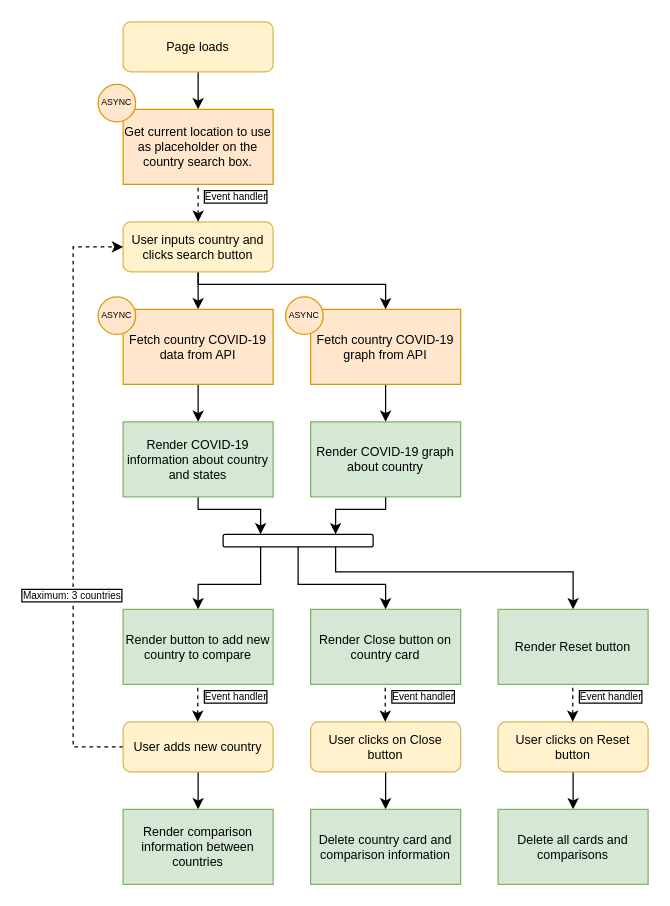
The draw.io diagram covid-19-dashboard-app/COVID-19 Dashboard flow chart.drawio in Colo-Codes/mini-projects, before the edit. Source tidied: cells renumbered, new cells numbered last; positions are measured from the earlier drawing's top-left corner, leaving out a move shared by most shapes. Both pictures are drawn from the tidied source at 125%, with x=0, y=0 at pixel (72, 21).
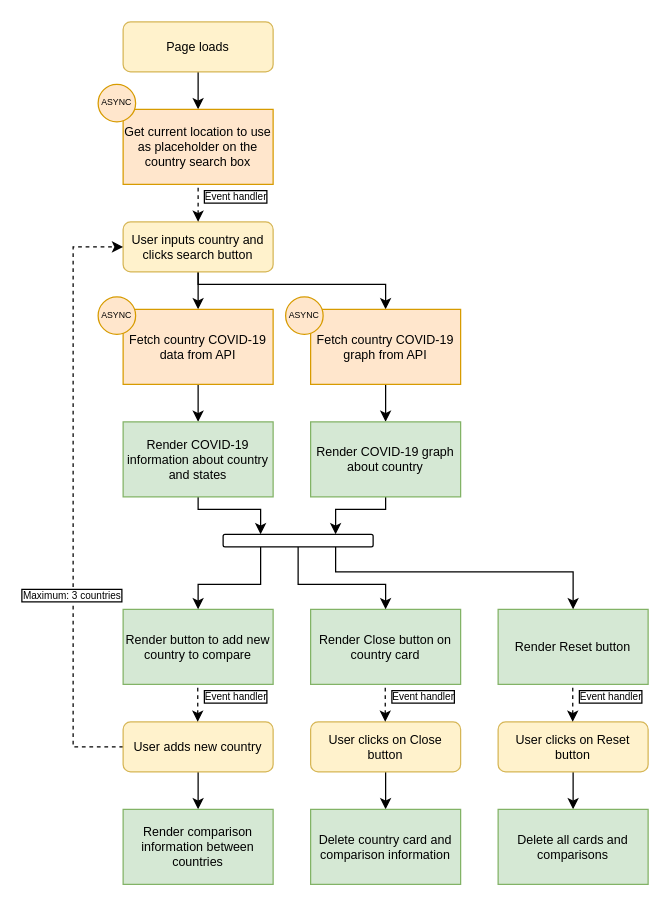
The same page after the edit.

What changed in the source:
```diff
@@
-    <mxCell id="4" value="Get current location to use as placeholder on the country search box." style="rounded=0;whiteSpace=wrap;html=1;fontSize=10;fillColor=#ffe6cc;strokeColor=#d79b00;" parent="1" vertex="1">
+    <mxCell id="4" value="Get current location to use as placeholder on the country search box" style="rounded=0;whiteSpace=wrap;html=1;fontSize=10;fillColor=#ffe6cc;strokeColor=#d79b00;" parent="1" vertex="1">
       <mxGeometry x="40" y="70" width="120" height="60" as="geometry" />
     </mxCell>
```
